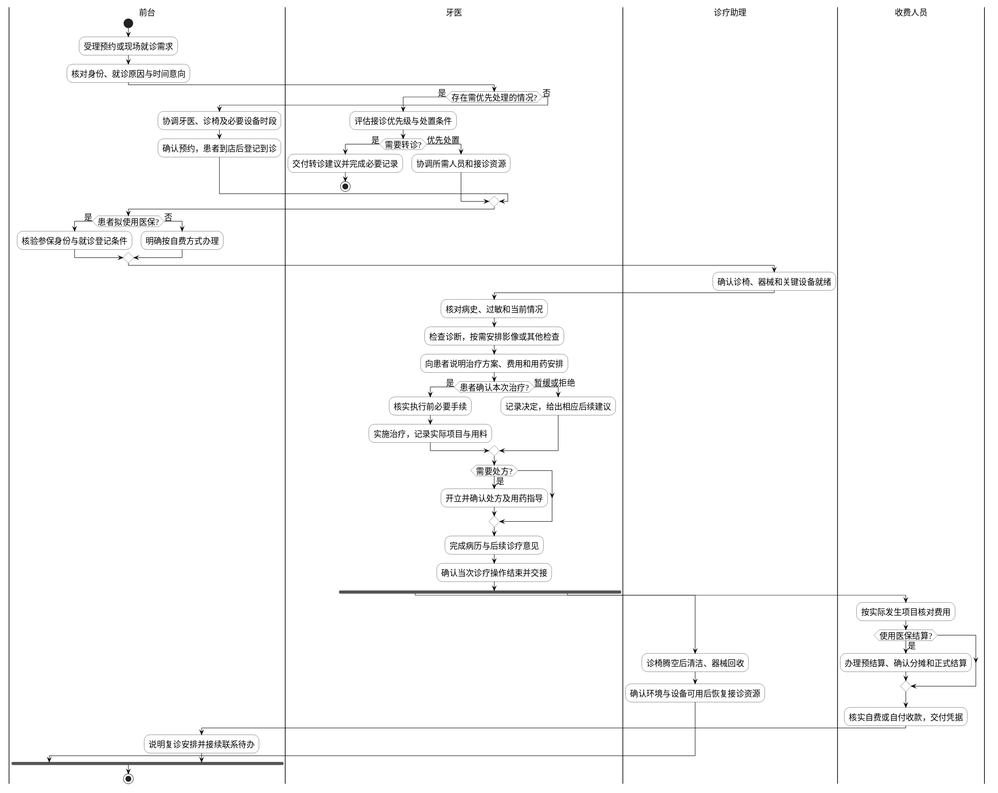
Before: 01-需求文档/diagrams/integrated-20261019/business-patient-flow.svg, a diagram exported from PlantUML (Shawmc-creator/systemAnalyseAndDesign). Its source is kept beside it as 01-需求文档/diagrams/integrated-20261019/business-patient-flow.puml. Its diagram source:
```plantuml
@startuml
skinparam backgroundColor white
skinparam shadowing false
skinparam defaultFontName SimSun
skinparam defaultFontSize 17
skinparam ArrowColor black
skinparam ClassBackgroundColor white
skinparam ActorBackgroundColor white
skinparam BoundaryBackgroundColor white
skinparam ControlBackgroundColor white
skinparam EntityBackgroundColor white
skinparam NoteBackgroundColor white
skinparam NoteBorderColor black
skinparam classAttributeIconSize 0
skinparam nodesep 24
skinparam ranksep 34

skinparam backgroundColor white
skinparam shadowing false
skinparam defaultFontName SimSun
skinparam defaultFontSize 18
skinparam ArrowColor black
skinparam ActorBackgroundColor white
skinparam EntityBackgroundColor white
skinparam UsecaseBackgroundColor white
skinparam ParticipantBackgroundColor white
skinparam ActivityBackgroundColor white
skinparam NoteBackgroundColor white
skinparam NoteBorderColor black
skinparam nodesep 40
skinparam ranksep 50
|前台|
start
:受理预约或现场就诊需求;
:核对身份、就诊原因与时间意向;
|牙医|
if (存在需优先处理的情况?) then (是)
 :评估接诊优先级与处置条件;
 if (需要转诊?) then (是)
  :交付转诊建议并完成必要记录;
  stop
 else (优先处置)
  :协调所需人员和接诊资源;
 endif
else (否)
 |前台|
 :协调牙医、诊椅及必要设备时段;
 :确认预约，患者到店后登记到诊;
endif
|前台|
if (患者拟使用医保?) then (是)
 :核验参保身份与就诊登记条件;
else (否)
 :明确按自费方式办理;
endif
|诊疗助理|
:确认诊椅、器械和关键设备就绪;
|牙医|
:核对病史、过敏和当前情况;
:检查诊断，按需安排影像或其他检查;
:向患者说明治疗方案、费用和用药安排;
if (患者确认本次治疗?) then (是)
 :核实执行前必要手续;
 :实施治疗，记录实际项目与用料;
else (暂缓或拒绝)
 :记录决定，给出相应后续建议;
endif
if (需要处方?) then (是)
 :开立并确认处方及用药指导;
endif
:完成病历与后续诊疗意见;
:确认当次诊疗操作结束并交接;
fork
|诊疗助理|
:诊椅腾空后清洁、器械回收;
:确认环境与设备可用后恢复接诊资源;
fork again
|收费人员|
:按实际发生项目核对费用;
if (使用医保结算?) then (是)
 :办理预结算、确认分摊和正式结算;
endif
:核实自费或自付收款，交付凭据;
|前台|
:说明复诊安排并接续联系待办;
end fork
stop



@enduml
```
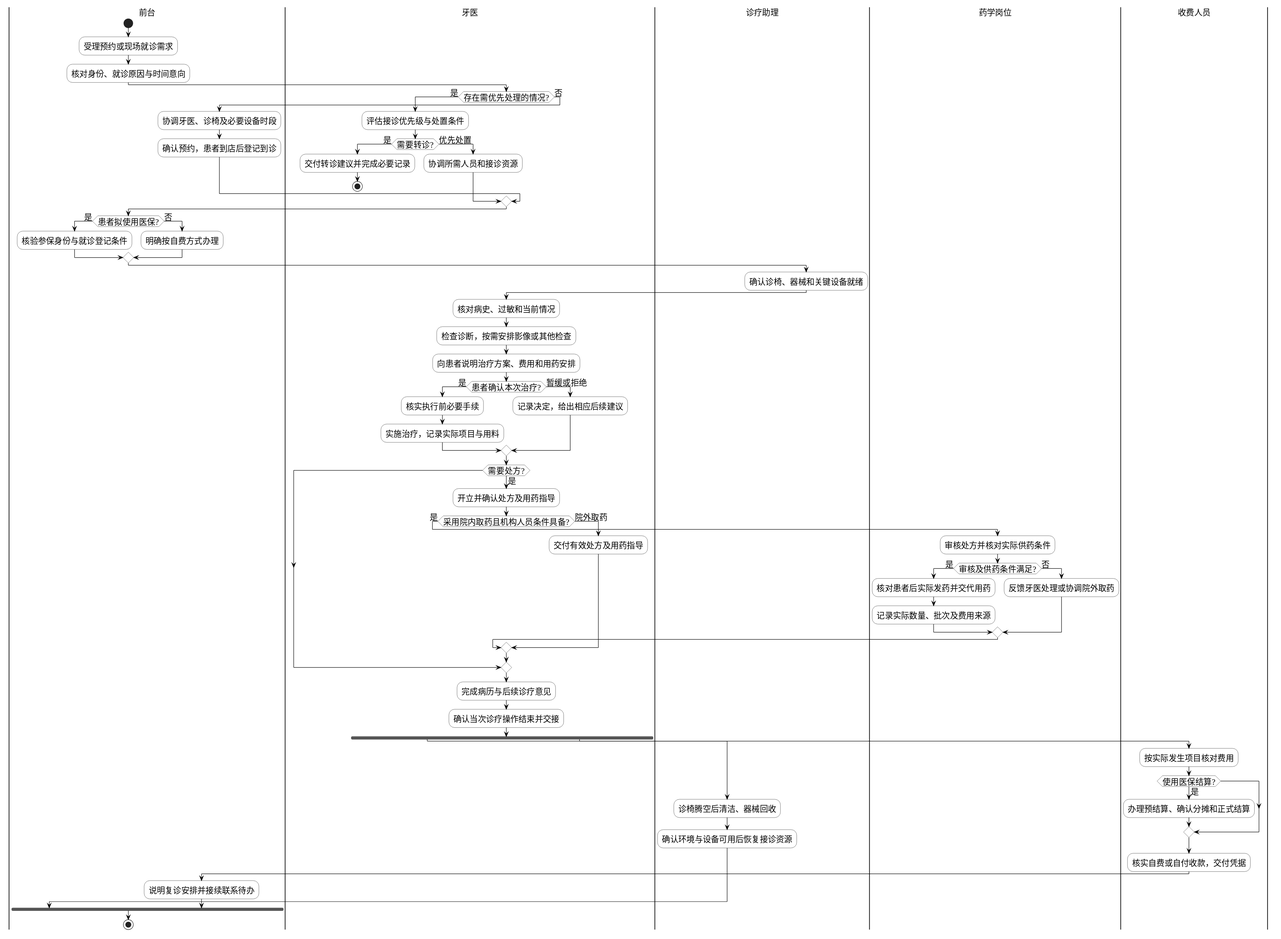
Above is the later version.

The edit, as a diff of the source:
```diff
@@ -67,6 +67,19 @@
 endif
 if (需要处方?) then (是)
  :开立并确认处方及用药指导;
+ if (采用院内取药且机构人员条件具备?) then (是)
+  |药学岗位|
+  :审核处方并核对实际供药条件;
+  if (审核及供药条件满足?) then (是)
+   :核对患者后实际发药并交代用药;
+   :记录实际数量、批次及费用来源;
+  else (否)
+   :反馈牙医处理或协调院外取药;
+  endif
+  |牙医|
+ else (院外取药)
+  :交付有效处方及用药指导;
+ endif
 endif
 :完成病历与后续诊疗意见;
 :确认当次诊疗操作结束并交接;
```
